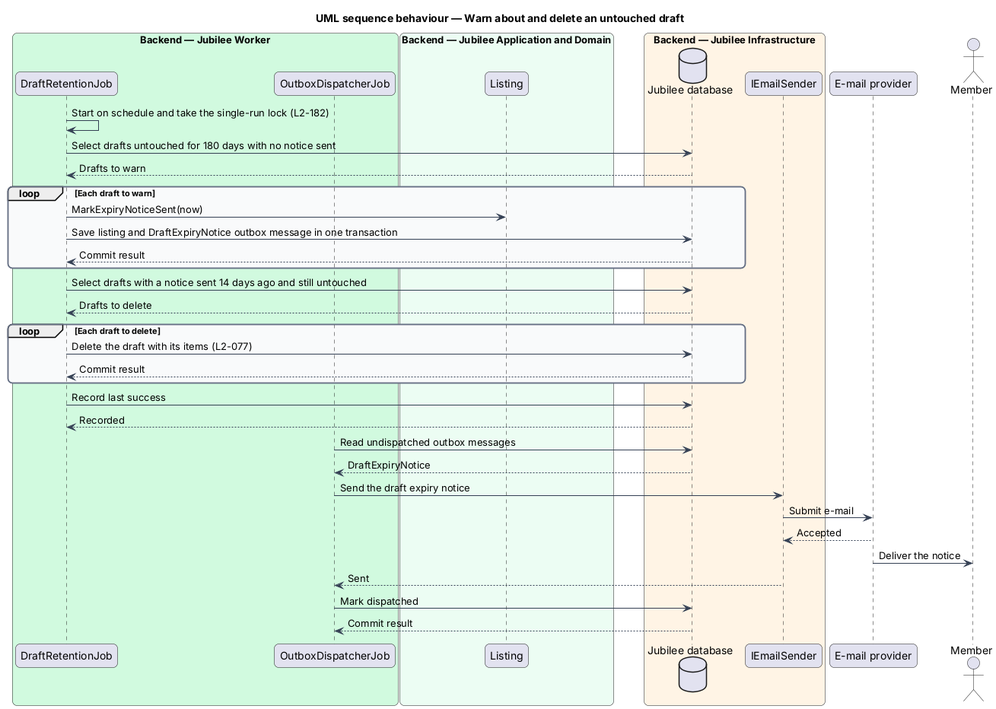
QuinntyneBrown/jubilee keeps this PlantUML diagram as docs/detailed-designs/onboarding/save-draft/diagrams/sequence-retention.png. Above is the earlier version. Its diagram source:
```plantuml
@startuml
title UML sequence behaviour — Warn about and delete an untouched draft
skinparam backgroundColor #FFFFFF
skinparam shadowing false
skinparam roundcorner 12
skinparam defaultFontName Arial
skinparam ArrowColor #344054
skinparam rectangle {
  BorderColor #344054
  FontColor #101828
}
skinparam package {
  BorderColor #667085
  FontColor #101828
  BackgroundColor #F9FAFB
}
box "Backend — Jubilee Worker" #D1FADF
  participant "DraftRetentionJob" as job
  participant "OutboxDispatcherJob" as dispatcher
end box
box "Backend — Jubilee Application and Domain" #ECFDF3
  participant "Listing" as entity
end box
box "Backend — Jubilee Infrastructure" #FFF4E5
  database "Jubilee database" as db
  participant "IEmailSender" as sender
end box
participant "E-mail provider" as provider
actor "Member" as actor
job -> job : Start on schedule and take the single-run lock (L2-182)
job -> db : Select drafts untouched for 180 days with no notice sent
db --> job : Drafts to warn
loop Each draft to warn
  job -> entity : MarkExpiryNoticeSent(now)
  job -> db : Save listing and DraftExpiryNotice outbox message in one transaction
  db --> job : Commit result
end
job -> db : Select drafts with a notice sent 14 days ago and still untouched
db --> job : Drafts to delete
loop Each draft to delete
  job -> db : Delete the draft with its items (L2-077)
  db --> job : Commit result
end
job -> db : Record last success
db --> job : Recorded
dispatcher -> db : Read undispatched outbox messages
db --> dispatcher : DraftExpiryNotice
dispatcher -> sender : Send the draft expiry notice
sender -> provider : Submit e-mail
provider --> sender : Accepted
provider -> actor : Deliver the notice
sender --> dispatcher : Sent
dispatcher -> db : Mark dispatched
db --> dispatcher : Commit result
@enduml
```
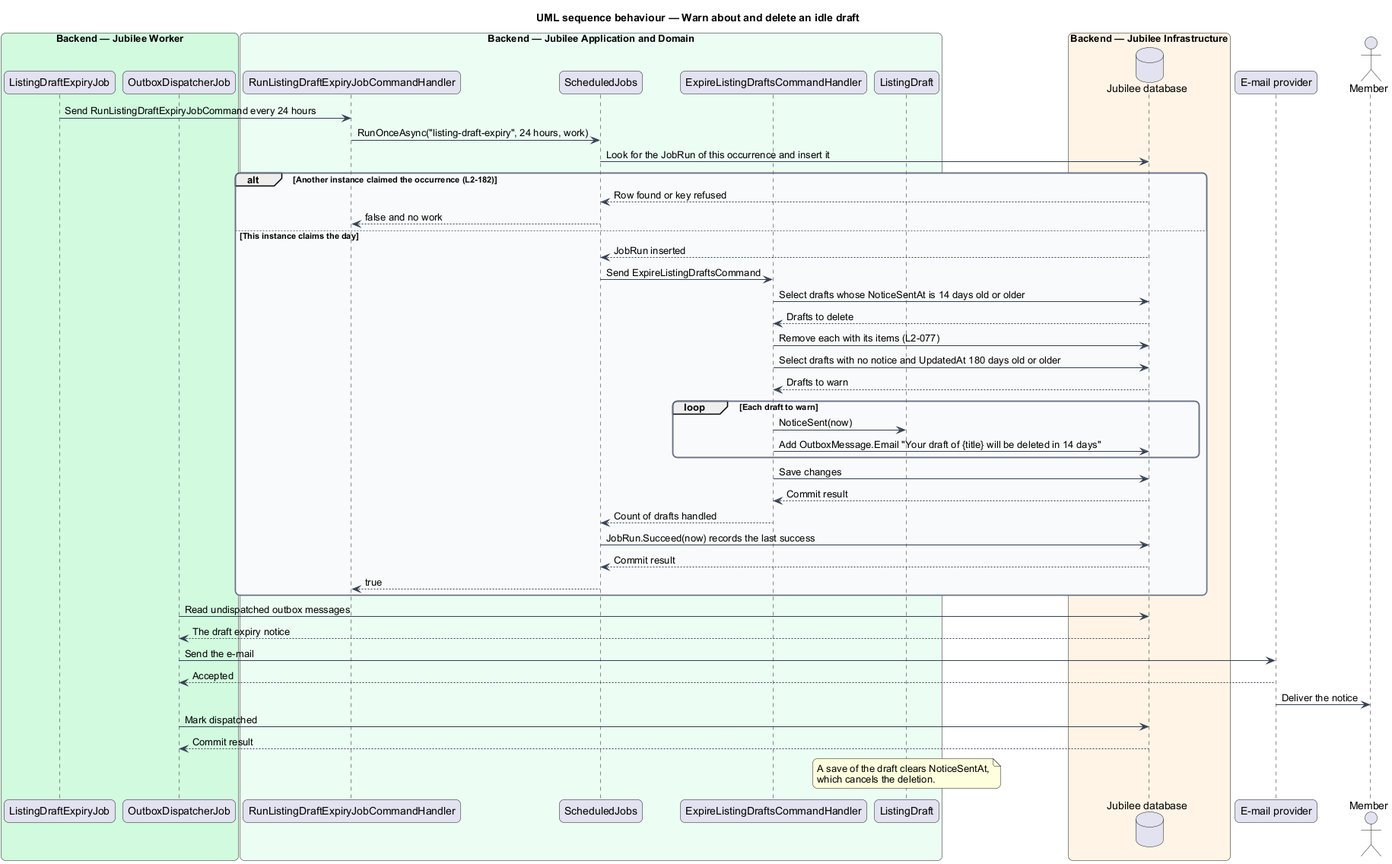
After the commit.

Change to the diagram source:
```diff
@@ -1,5 +1,5 @@
 @startuml
-title UML sequence behaviour — Warn about and delete an untouched draft
+title UML sequence behaviour — Warn about and delete an idle draft
 skinparam backgroundColor #FFFFFF
 skinparam shadowing false
 skinparam roundcorner 12
@@ -15,41 +15,54 @@
   BackgroundColor #F9FAFB
 }
 box "Backend — Jubilee Worker" #D1FADF
-  participant "DraftRetentionJob" as job
+  participant "ListingDraftExpiryJob" as job
   participant "OutboxDispatcherJob" as dispatcher
 end box
 box "Backend — Jubilee Application and Domain" #ECFDF3
-  participant "Listing" as entity
+  participant "RunListingDraftExpiryJobCommandHandler" as run
+  participant "ScheduledJobs" as jobs
+  participant "ExpireListingDraftsCommandHandler" as expire
+  participant "ListingDraft" as entity
 end box
 box "Backend — Jubilee Infrastructure" #FFF4E5
   database "Jubilee database" as db
-  participant "IEmailSender" as sender
 end box
 participant "E-mail provider" as provider
 actor "Member" as actor
-job -> job : Start on schedule and take the single-run lock (L2-182)
-job -> db : Select drafts untouched for 180 days with no notice sent
-db --> job : Drafts to warn
-loop Each draft to warn
-  job -> entity : MarkExpiryNoticeSent(now)
-  job -> db : Save listing and DraftExpiryNotice outbox message in one transaction
-  db --> job : Commit result
+job -> run : Send RunListingDraftExpiryJobCommand every 24 hours
+run -> jobs : RunOnceAsync("listing-draft-expiry", 24 hours, work)
+jobs -> db : Look for the JobRun of this occurrence and insert it
+alt Another instance claimed the occurrence (L2-182)
+  db --> jobs : Row found or key refused
+  jobs --> run : false and no work
+else This instance claims the day
+  db --> jobs : JobRun inserted
+  jobs -> expire : Send ExpireListingDraftsCommand
+  expire -> db : Select drafts whose NoticeSentAt is 14 days old or older
+  db --> expire : Drafts to delete
+  expire -> db : Remove each with its items (L2-077)
+  expire -> db : Select drafts with no notice and UpdatedAt 180 days old or older
+  db --> expire : Drafts to warn
+  loop Each draft to warn
+    expire -> entity : NoticeSent(now)
+    expire -> db : Add OutboxMessage.Email "Your draft of {title} will be deleted in 14 days"
+  end
+  expire -> db : Save changes
+  db --> expire : Commit result
+  expire --> jobs : Count of drafts handled
+  jobs -> db : JobRun.Succeed(now) records the last success
+  db --> jobs : Commit result
+  jobs --> run : true
 end
-job -> db : Select drafts with a notice sent 14 days ago and still untouched
-db --> job : Drafts to delete
-loop Each draft to delete
-  job -> db : Delete the draft with its items (L2-077)
-  db --> job : Commit result
-end
-job -> db : Record last success
-db --> job : Recorded
 dispatcher -> db : Read undispatched outbox messages
-db --> dispatcher : DraftExpiryNotice
-dispatcher -> sender : Send the draft expiry notice
-sender -> provider : Submit e-mail
-provider --> sender : Accepted
+db --> dispatcher : The draft expiry notice
+dispatcher -> provider : Send the e-mail
+provider --> dispatcher : Accepted
 provider -> actor : Deliver the notice
-sender --> dispatcher : Sent
 dispatcher -> db : Mark dispatched
 db --> dispatcher : Commit result
+note over entity
+  A save of the draft clears NoticeSentAt,
+  which cancels the deletion.
+end note
 @enduml
```
